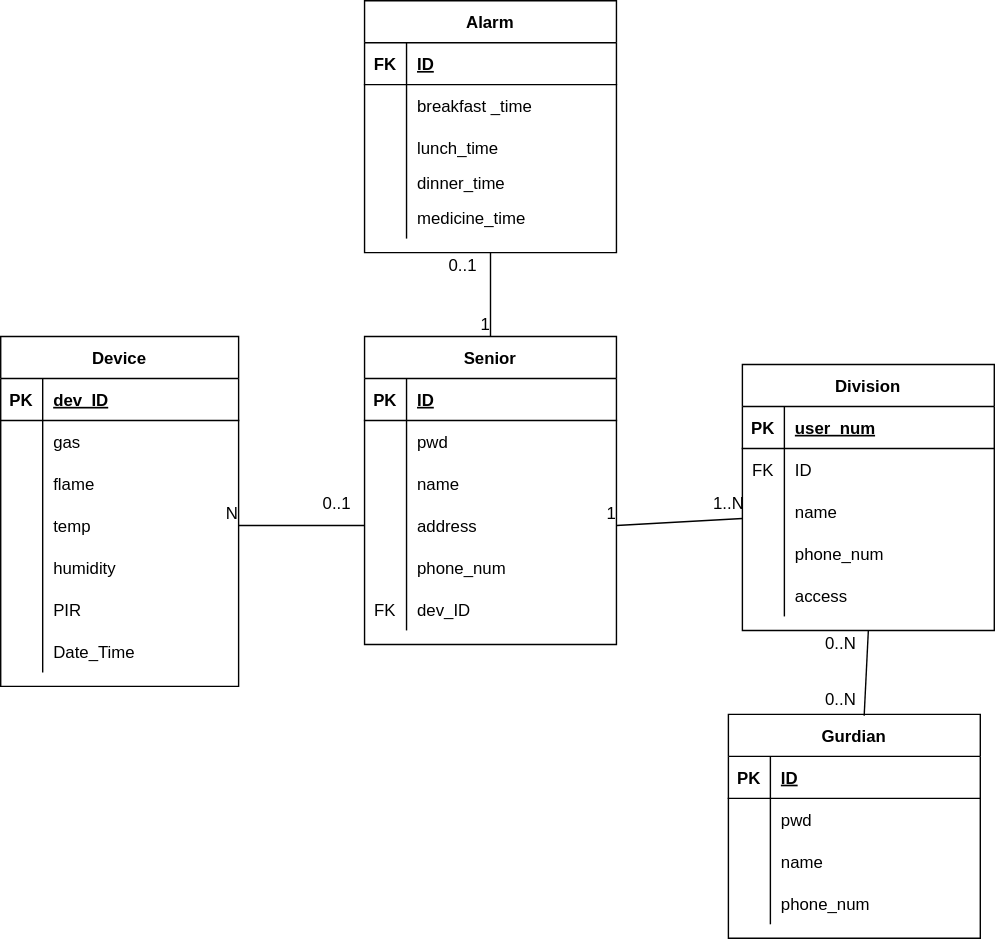
This is Monitoring system Diagram.drawio.svg from obob1313/draw.io, a draw.io export, as it was before one commit. Source tidied: cells renumbered, new cells last; positions are measured from the earlier drawing's top-left corner, leaving out a move shared by most shapes.
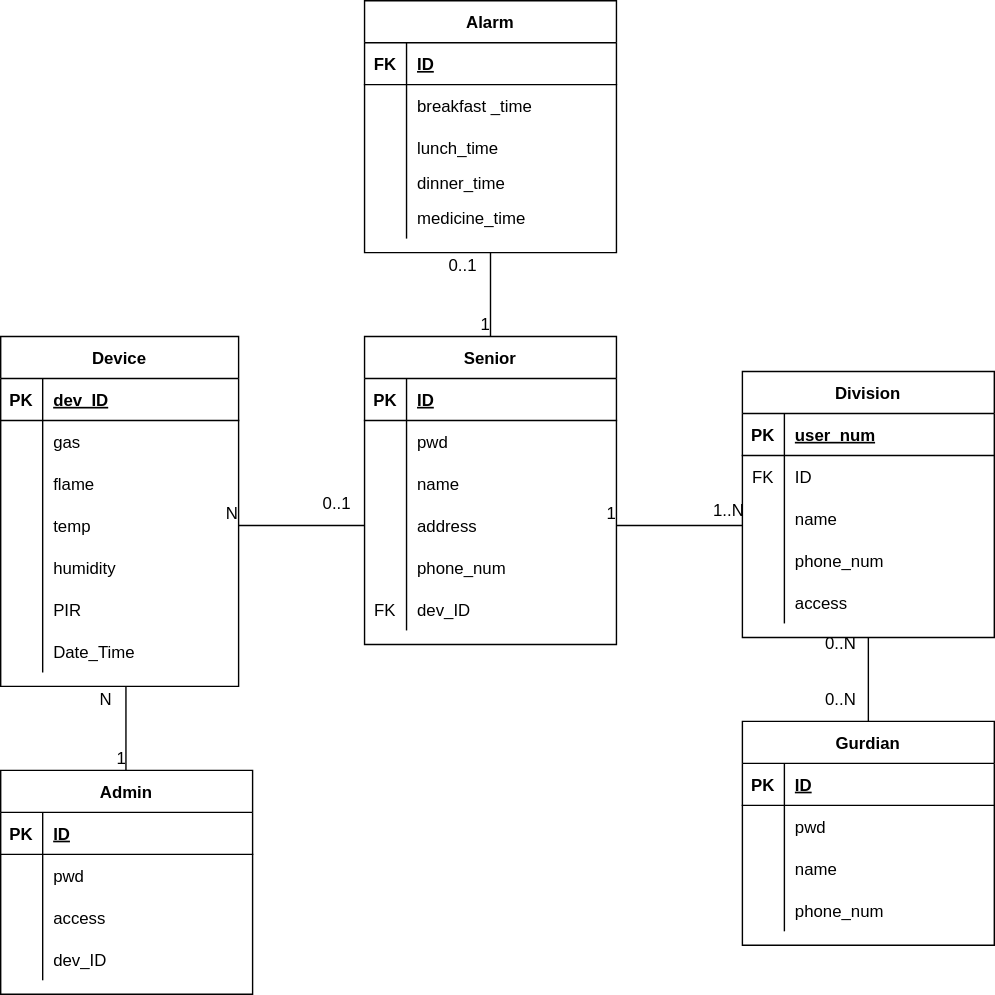
Above is the later version.

Change to the diagram source:
```diff
@@ -192,7 +192,7 @@
       <mxGeometry x="310" y="180" width="40" height="20" as="geometry" />
     </mxCell>
     <mxCell id="65" value="Gurdian" style="shape=table;startSize=30;rowLines=0;fontStyle=1;align=center;" parent="1" vertex="1">
-      <mxGeometry x="520" y="510" width="180" height="160" as="geometry" />
+      <mxGeometry x="530" y="515" width="180" height="160" as="geometry" />
     </mxCell>
     <mxCell id="66" style="shape=tableRow;horizontal=0;startSize=0;swimlaneHead=0;swimlaneBody=0;fillColor=none;top=0;left=0;right=0;bottom=1;" parent="65" vertex="1">
       <mxGeometry y="30" width="180" height="30" as="geometry" />
@@ -240,7 +240,7 @@
       <mxGeometry x="580" y="490" width="40" height="20" as="geometry" />
     </mxCell>
     <mxCell id="81" value="Division" style="shape=table;startSize=30;rowLines=0;fontStyle=1;align=center;" parent="1" vertex="1">
-      <mxGeometry x="530" y="260" width="180" height="190" as="geometry" />
+      <mxGeometry x="530" y="265" width="180" height="190" as="geometry" />
     </mxCell>
     <mxCell id="82" style="shape=tableRow;horizontal=0;startSize=0;swimlaneHead=0;swimlaneBody=0;fillColor=none;top=0;left=0;right=0;bottom=1;" parent="81" vertex="1">
       <mxGeometry y="30" width="180" height="30" as="geometry" />
@@ -288,13 +288,68 @@
       <mxGeometry x="30" width="150" height="30" as="geometry" />
     </mxCell>
     <mxCell id="97" value="1..N" style="text;html=1;align=center;verticalAlign=middle;strokeColor=none;fillColor=none;" parent="1" vertex="1">
-      <mxGeometry x="500" y="350" width="40" height="20" as="geometry" />
+      <mxGeometry x="500" y="355" width="40" height="20" as="geometry" />
     </mxCell>
-    <mxCell id="98" style="endArrow=none;html=1;rounded=0;exitX=0.539;exitY=0.006;exitDx=0;exitDy=0;exitPerimeter=0;entryX=0.5;entryY=1;entryDx=0;entryDy=0;" parent="1" edge="1" source="65" target="81">
+    <mxCell id="98" style="endArrow=none;html=1;rounded=0;exitX=0.5;exitY=0;exitDx=0;exitDy=0;entryX=0.5;entryY=1;entryDx=0;entryDy=0;" parent="1" edge="1" source="65" target="81">
       <mxGeometry relative="1" as="geometry" />
     </mxCell>
     <mxCell id="99" value="0..N" style="text;html=1;align=center;verticalAlign=middle;strokeColor=none;fillColor=none;" parent="1" vertex="1">
       <mxGeometry x="580" y="450" width="40" height="20" as="geometry" />
     </mxCell>
+    <mxCell id="100" style="endArrow=none;html=1;rounded=0;startArrow=none;" parent="1" edge="1">
+      <mxGeometry relative="1" as="geometry">
+        <mxPoint x="89.5" y="490" as="sourcePoint" />
+        <mxPoint x="89.5" y="550" as="targetPoint" />
+        <Array as="points">
+          <mxPoint x="89.5" y="490" />
+          <mxPoint x="89.5" y="520" />
+        </Array>
+      </mxGeometry>
+    </mxCell>
+    <mxCell id="101" value="1" style="html=1;align=right;verticalAlign=bottom;" parent="100" vertex="1">
+      <mxGeometry x="1" relative="1" as="geometry" />
+    </mxCell>
+    <mxCell id="102" value="N" style="text;html=1;align=center;verticalAlign=middle;strokeColor=none;fillColor=none;" parent="1" vertex="1">
+      <mxGeometry x="60" y="485" width="30" height="30" as="geometry" />
+    </mxCell>
+    <mxCell id="103" value="Admin" style="shape=table;startSize=30;rowLines=0;fontStyle=1;align=center;" parent="1" vertex="1">
+      <mxGeometry y="550" width="180" height="160" as="geometry" />
+    </mxCell>
+    <mxCell id="104" style="shape=tableRow;horizontal=0;startSize=0;swimlaneHead=0;swimlaneBody=0;fillColor=none;top=0;left=0;right=0;bottom=1;" parent="103" vertex="1">
+      <mxGeometry y="30" width="180" height="30" as="geometry" />
+    </mxCell>
+    <mxCell id="105" value="PK" style="shape=partialRectangle;fillColor=none;top=0;left=0;bottom=0;right=0;fontStyle=1;overflow=hidden;" parent="104" vertex="1">
+      <mxGeometry width="30" height="30" as="geometry" />
+    </mxCell>
+    <mxCell id="106" value="ID" style="shape=partialRectangle;fillColor=none;top=0;left=0;bottom=0;right=0;align=left;spacingLeft=6;fontStyle=5;overflow=hidden;" parent="104" vertex="1">
+      <mxGeometry x="30" width="150" height="30" as="geometry" />
+    </mxCell>
+    <mxCell id="107" style="shape=tableRow;horizontal=0;startSize=0;swimlaneHead=0;swimlaneBody=0;fillColor=none;top=0;left=0;right=0;bottom=0;" parent="103" vertex="1">
+      <mxGeometry y="60" width="180" height="30" as="geometry" />
+    </mxCell>
+    <mxCell id="108" style="shape=partialRectangle;fillColor=none;top=0;left=0;bottom=0;right=0;overflow=hidden;" parent="107" vertex="1">
+      <mxGeometry width="30" height="30" as="geometry" />
+    </mxCell>
+    <mxCell id="109" value="pwd" style="shape=partialRectangle;fillColor=none;top=0;left=0;bottom=0;right=0;align=left;spacingLeft=6;overflow=hidden;" parent="107" vertex="1">
+      <mxGeometry x="30" width="150" height="30" as="geometry" />
+    </mxCell>
+    <mxCell id="110" style="shape=tableRow;horizontal=0;startSize=0;swimlaneHead=0;swimlaneBody=0;fillColor=none;top=0;left=0;right=0;bottom=0;" parent="103" vertex="1">
+      <mxGeometry y="90" width="180" height="30" as="geometry" />
+    </mxCell>
+    <mxCell id="111" style="shape=partialRectangle;fillColor=none;top=0;left=0;bottom=0;right=0;overflow=hidden;" parent="110" vertex="1">
+      <mxGeometry width="30" height="30" as="geometry" />
+    </mxCell>
+    <mxCell id="112" value="access" style="shape=partialRectangle;fillColor=none;top=0;left=0;bottom=0;right=0;align=left;spacingLeft=6;overflow=hidden;" parent="110" vertex="1">
+      <mxGeometry x="30" width="150" height="30" as="geometry" />
+    </mxCell>
+    <mxCell id="113" style="shape=tableRow;horizontal=0;startSize=0;swimlaneHead=0;swimlaneBody=0;fillColor=none;top=0;left=0;right=0;bottom=0;" parent="103" vertex="1">
+      <mxGeometry y="120" width="180" height="30" as="geometry" />
+    </mxCell>
+    <mxCell id="114" style="shape=partialRectangle;fillColor=none;top=0;left=0;bottom=0;right=0;overflow=hidden;" parent="113" vertex="1">
+      <mxGeometry width="30" height="30" as="geometry" />
+    </mxCell>
+    <mxCell id="115" value="dev_ID" style="shape=partialRectangle;fillColor=none;top=0;left=0;bottom=0;right=0;align=left;spacingLeft=6;overflow=hidden;" parent="113" vertex="1">
+      <mxGeometry x="30" width="150" height="30" as="geometry" />
+    </mxCell>
   </root>
 </mxGraphModel>
```
